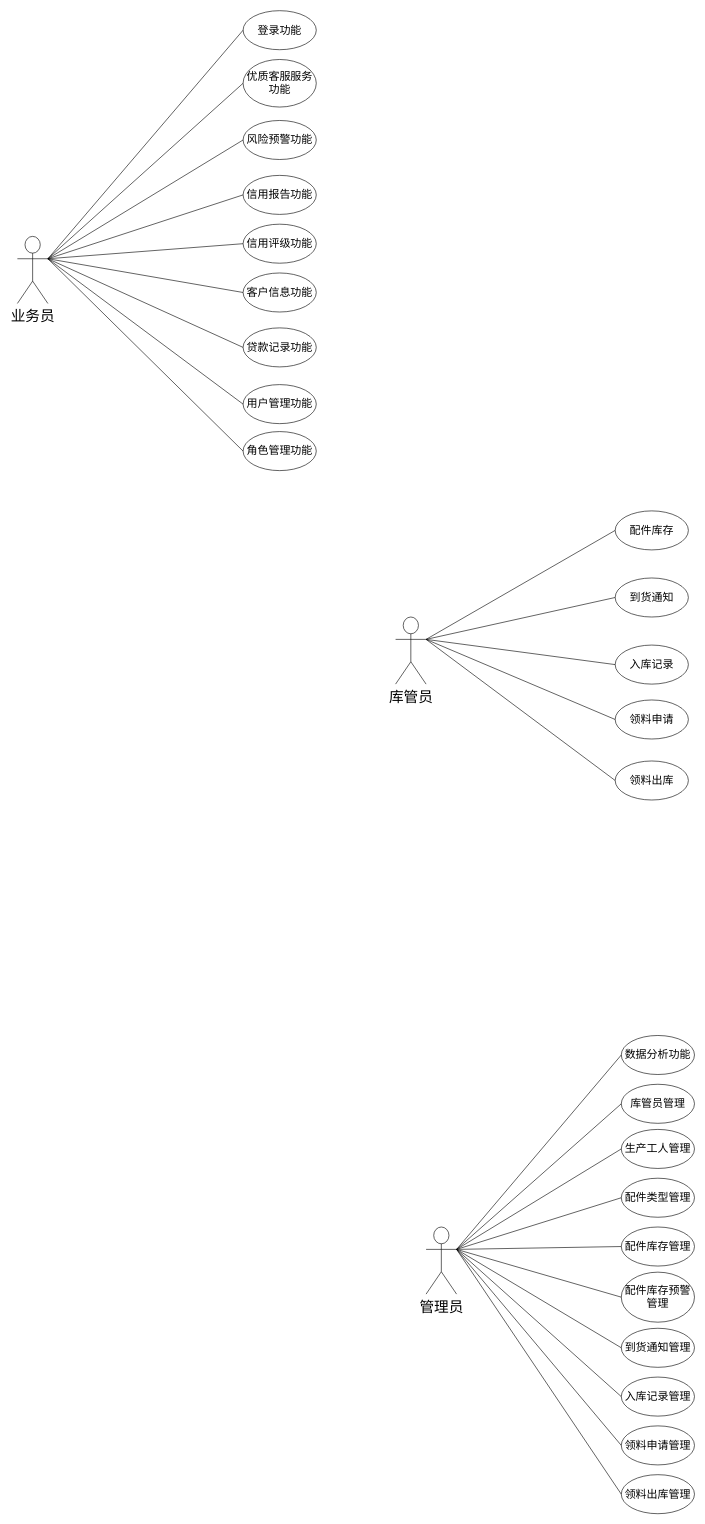
Before: 用例图.drawio in 000Ljx/Endorphins, a draw.io diagram. Source tidied: cells renumbered, new cells numbered last; positions are measured from the earlier drawing's top-left corner, leaving out a move shared by most shapes. Both pictures are drawn from the tidied source at 61%, with x=0, y=0 at pixel (17, 10).
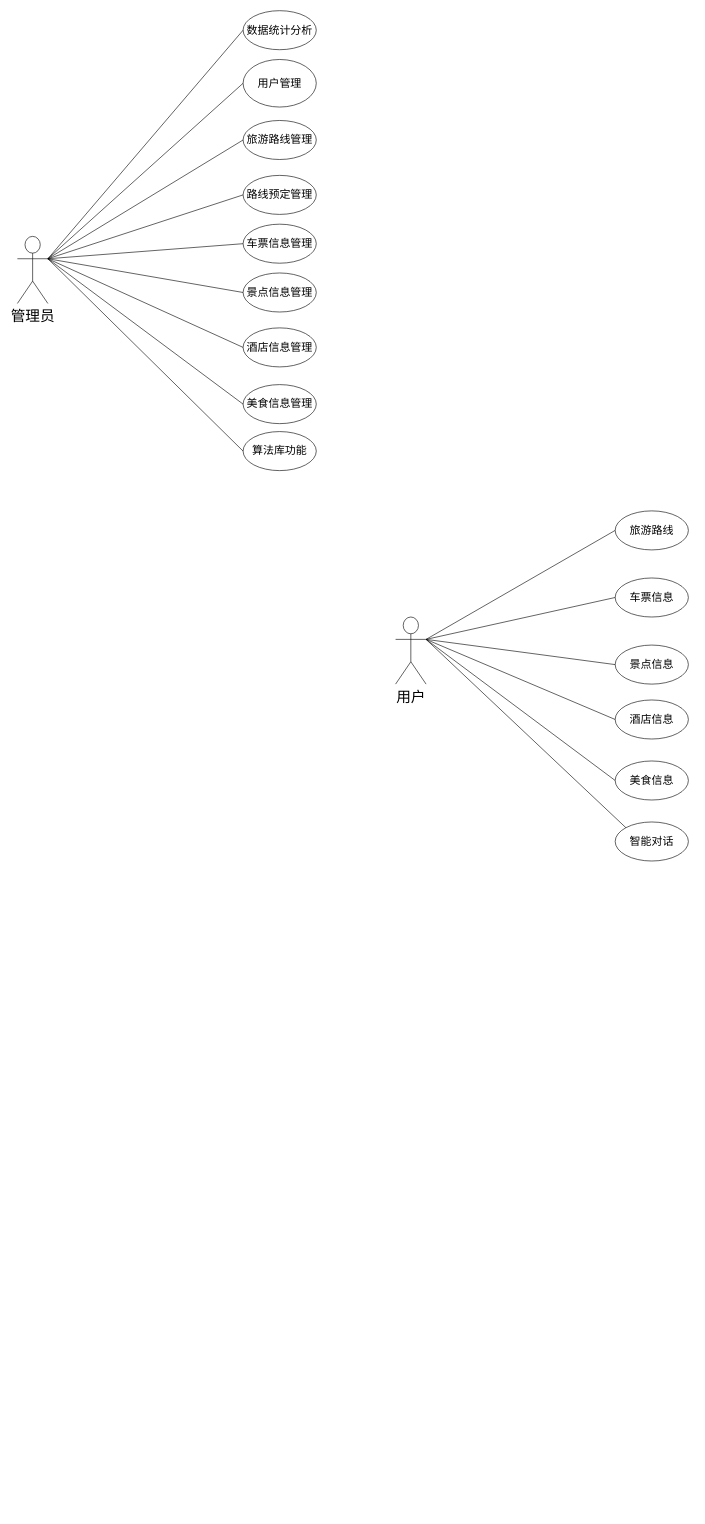
The same diagram, later.

Commit message:
更新用例图.drawio

Change to the diagram source:
```diff
@@
-    <mxCell id="2" value="&lt;font style=&quot;font-size: 24px;&quot;&gt;管理员&lt;/font&gt;" style="shape=umlActor;verticalLabelPosition=bottom;verticalAlign=top;html=1;outlineConnect=0;" parent="1" vertex="1">
-      <mxGeometry x="670" y="1994" width="50" height="110" as="geometry" />
-    </mxCell>
-    <mxCell id="3" value="&lt;font style=&quot;font-size: 18px;&quot;&gt;数据分析功能&lt;/font&gt;" style="ellipse;whiteSpace=wrap;html=1;" parent="1" vertex="1">
-      <mxGeometry x="990" y="1680" width="120" height="64" as="geometry" />
-    </mxCell>
-    <mxCell id="4" value="&lt;font style=&quot;font-size: 18px;&quot;&gt;库管员管理&lt;/font&gt;" style="ellipse;whiteSpace=wrap;html=1;" parent="1" vertex="1">
-      <mxGeometry x="990" y="1760" width="120" height="64" as="geometry" />
-    </mxCell>
-    <mxCell id="5" value="&lt;font style=&quot;font-size: 18px;&quot;&gt;生产工人管理&lt;/font&gt;" style="ellipse;whiteSpace=wrap;html=1;" parent="1" vertex="1">
-      <mxGeometry x="990" y="1834" width="120" height="64" as="geometry" />
-    </mxCell>
-    <mxCell id="6" value="&lt;font style=&quot;font-size: 18px;&quot;&gt;配件类型管理&lt;/font&gt;" style="ellipse;whiteSpace=wrap;html=1;" parent="1" vertex="1">
-      <mxGeometry x="990" y="1914" width="120" height="64" as="geometry" />
-    </mxCell>
-    <mxCell id="7" value="&lt;font style=&quot;font-size: 18px;&quot;&gt;配件库存管理&lt;/font&gt;" style="ellipse;whiteSpace=wrap;html=1;" parent="1" vertex="1">
-      <mxGeometry x="990" y="1994" width="120" height="64" as="geometry" />
-    </mxCell>
-    <mxCell id="8" value="&lt;font style=&quot;font-size: 18px;&quot;&gt;配件库存预警管理&lt;/font&gt;" style="ellipse;whiteSpace=wrap;html=1;" parent="1" vertex="1">
-      <mxGeometry x="990" y="2068" width="120" height="82" as="geometry" />
-    </mxCell>
-    <mxCell id="9" value="&lt;font style=&quot;font-size: 18px;&quot;&gt;到货通知管理&lt;/font&gt;" style="ellipse;whiteSpace=wrap;html=1;" parent="1" vertex="1">
-      <mxGeometry x="990" y="2160" width="120" height="64" as="geometry" />
-    </mxCell>
-    <mxCell id="10" value="&lt;font style=&quot;font-size: 18px;&quot;&gt;入库记录管理&lt;/font&gt;" style="ellipse;whiteSpace=wrap;html=1;" parent="1" vertex="1">
-      <mxGeometry x="990" y="2240" width="120" height="64" as="geometry" />
-    </mxCell>
-    <mxCell id="11" value="&lt;font style=&quot;font-size: 18px;&quot;&gt;领料申请管理&lt;/font&gt;" style="ellipse;whiteSpace=wrap;html=1;" parent="1" vertex="1">
-      <mxGeometry x="990" y="2320" width="120" height="64" as="geometry" />
-    </mxCell>
-    <mxCell id="12" value="&lt;font style=&quot;font-size: 18px;&quot;&gt;领料出库管理&lt;/font&gt;" style="ellipse;whiteSpace=wrap;html=1;" parent="1" vertex="1">
-      <mxGeometry x="990" y="2400" width="120" height="64" as="geometry" />
-    </mxCell>
-    <mxCell id="13" style="endArrow=none;html=1;rounded=0;exitX=1;exitY=0.3333333333333333;exitDx=0;exitDy=0;exitPerimeter=0;entryX=0;entryY=0.5;entryDx=0;entryDy=0;" parent="1" edge="1" source="2" target="3">
-      <mxGeometry relative="1" as="geometry" />
-    </mxCell>
-    <mxCell id="14" style="endArrow=none;html=1;rounded=0;exitX=1;exitY=0.3333333333333333;exitDx=0;exitDy=0;exitPerimeter=0;entryX=0;entryY=0.5;entryDx=0;entryDy=0;" parent="1" edge="1" source="2" target="4">
-      <mxGeometry relative="1" as="geometry" />
-    </mxCell>
-    <mxCell id="15" style="endArrow=none;html=1;rounded=0;exitX=1;exitY=0.3333333333333333;exitDx=0;exitDy=0;exitPerimeter=0;entryX=0;entryY=0.5;entryDx=0;entryDy=0;" parent="1" edge="1" source="2" target="5">
-      <mxGeometry relative="1" as="geometry" />
-    </mxCell>
-    <mxCell id="16" style="endArrow=none;html=1;rounded=0;exitX=1;exitY=0.3333333333333333;exitDx=0;exitDy=0;exitPerimeter=0;entryX=0;entryY=0.5;entryDx=0;entryDy=0;" parent="1" edge="1" source="2" target="6">
-      <mxGeometry relative="1" as="geometry" />
-    </mxCell>
-    <mxCell id="17" style="endArrow=none;html=1;rounded=0;exitX=1;exitY=0.3333333333333333;exitDx=0;exitDy=0;exitPerimeter=0;entryX=0;entryY=0.5;entryDx=0;entryDy=0;" parent="1" edge="1" source="2" target="7">
-      <mxGeometry relative="1" as="geometry" />
-    </mxCell>
-    <mxCell id="18" style="endArrow=none;html=1;rounded=0;exitX=1;exitY=0.3333333333333333;exitDx=0;exitDy=0;exitPerimeter=0;entryX=0;entryY=0.5;entryDx=0;entryDy=0;" parent="1" edge="1" source="2" target="8">
-      <mxGeometry relative="1" as="geometry" />
-    </mxCell>
-    <mxCell id="19" style="endArrow=none;html=1;rounded=0;exitX=1;exitY=0.3333333333333333;exitDx=0;exitDy=0;exitPerimeter=0;entryX=0;entryY=0.5;entryDx=0;entryDy=0;" parent="1" edge="1" source="2" target="9">
-      <mxGeometry relative="1" as="geometry" />
-    </mxCell>
-    <mxCell id="20" style="endArrow=none;html=1;rounded=0;entryX=0;entryY=0.5;entryDx=0;entryDy=0;exitX=1;exitY=0.3333333333333333;exitDx=0;exitDy=0;exitPerimeter=0;" parent="1" edge="1" source="2" target="10">
-      <mxGeometry relative="1" as="geometry" />
-    </mxCell>
-    <mxCell id="21" style="endArrow=none;html=1;rounded=0;entryX=0;entryY=0.5;entryDx=0;entryDy=0;exitX=1;exitY=0.3333333333333333;exitDx=0;exitDy=0;exitPerimeter=0;" parent="1" edge="1" source="2" target="11">
-      <mxGeometry relative="1" as="geometry" />
-    </mxCell>
-    <mxCell id="22" style="endArrow=none;html=1;rounded=0;entryX=0;entryY=0.5;entryDx=0;entryDy=0;exitX=1;exitY=0.3333333333333333;exitDx=0;exitDy=0;exitPerimeter=0;" parent="1" edge="1" source="2" target="12">
-      <mxGeometry relative="1" as="geometry" />
-    </mxCell>
-    <mxCell id="23" value="&lt;span style=&quot;font-size: 24px;&quot;&gt;库管员&lt;/span&gt;" style="shape=umlActor;verticalLabelPosition=bottom;verticalAlign=top;html=1;outlineConnect=0;" parent="1" vertex="1">
+    <mxCell id="23" value="&lt;span style=&quot;font-size: 24px;&quot;&gt;用户&lt;/span&gt;" style="shape=umlActor;verticalLabelPosition=bottom;verticalAlign=top;html=1;outlineConnect=0;" parent="1" vertex="1">
       <mxGeometry x="620" y="994" width="50" height="110" as="geometry" />
     </mxCell>
-    <mxCell id="24" value="&lt;font style=&quot;font-size: 18px;&quot;&gt;配件库存&lt;/font&gt;" style="ellipse;whiteSpace=wrap;html=1;" parent="1" vertex="1">
+    <mxCell id="24" value="&lt;font style=&quot;font-size: 18px;&quot;&gt;旅游路线&lt;/font&gt;" style="ellipse;whiteSpace=wrap;html=1;" parent="1" vertex="1">
       <mxGeometry x="980" y="820" width="120" height="64" as="geometry" />
     </mxCell>
-    <mxCell id="25" value="&lt;font style=&quot;font-size: 18px;&quot;&gt;到货通知&lt;/font&gt;" style="ellipse;whiteSpace=wrap;html=1;" parent="1" vertex="1">
+    <mxCell id="25" value="&lt;font style=&quot;font-size: 18px;&quot;&gt;车票信息&lt;/font&gt;" style="ellipse;whiteSpace=wrap;html=1;" parent="1" vertex="1">
       <mxGeometry x="980" y="930" width="120" height="64" as="geometry" />
     </mxCell>
-    <mxCell id="26" value="&lt;font style=&quot;font-size: 18px;&quot;&gt;入库记录&lt;/font&gt;" style="ellipse;whiteSpace=wrap;html=1;" parent="1" vertex="1">
+    <mxCell id="26" value="&lt;font style=&quot;font-size: 18px;&quot;&gt;景点信息&lt;/font&gt;" style="ellipse;whiteSpace=wrap;html=1;" parent="1" vertex="1">
       <mxGeometry x="980" y="1040" width="120" height="64" as="geometry" />
     </mxCell>
-    <mxCell id="27" value="&lt;font style=&quot;font-size: 18px;&quot;&gt;领料申请&lt;/font&gt;" style="ellipse;whiteSpace=wrap;html=1;" parent="1" vertex="1">
+    <mxCell id="27" value="&lt;font style=&quot;font-size: 18px;&quot;&gt;酒店信息&lt;/font&gt;" style="ellipse;whiteSpace=wrap;html=1;" parent="1" vertex="1">
       <mxGeometry x="980" y="1130" width="120" height="64" as="geometry" />
     </mxCell>
-    <mxCell id="28" value="&lt;font style=&quot;font-size: 18px;&quot;&gt;领料出库&lt;/font&gt;" style="ellipse;whiteSpace=wrap;html=1;" parent="1" vertex="1">
+    <mxCell id="28" value="&lt;font style=&quot;font-size: 18px;&quot;&gt;美食信息&lt;/font&gt;" style="ellipse;whiteSpace=wrap;html=1;" parent="1" vertex="1">
       <mxGeometry x="980" y="1230" width="120" height="64" as="geometry" />
     </mxCell>
@@
-    <mxCell id="34" value="&lt;span style=&quot;font-size: 24px;&quot;&gt;业务员&lt;/span&gt;" style="shape=umlActor;verticalLabelPosition=bottom;verticalAlign=top;html=1;outlineConnect=0;" parent="1" vertex="1">
+    <mxCell id="34" value="&lt;span style=&quot;font-size: 24px;&quot;&gt;管理员&lt;/span&gt;" style="shape=umlActor;verticalLabelPosition=bottom;verticalAlign=top;html=1;outlineConnect=0;" parent="1" vertex="1">
       <mxGeometry y="370" width="50" height="110" as="geometry" />
     </mxCell>
-    <mxCell id="35" value="&lt;font style=&quot;font-size: 18px;&quot;&gt;登录功能&lt;/font&gt;" style="ellipse;whiteSpace=wrap;html=1;" parent="1" vertex="1">
+    <mxCell id="35" value="&lt;font style=&quot;font-size: 18px;&quot;&gt;数据统计分析&lt;/font&gt;" style="ellipse;whiteSpace=wrap;html=1;" parent="1" vertex="1">
       <mxGeometry x="370" width="120" height="64" as="geometry" />
     </mxCell>
-    <mxCell id="36" value="&lt;span style=&quot;font-size: 18px;&quot;&gt;优质客服服务功能&lt;/span&gt;" style="ellipse;whiteSpace=wrap;html=1;" parent="1" vertex="1">
+    <mxCell id="36" value="&lt;span style=&quot;font-size: 18px;&quot;&gt;用户管理&lt;/span&gt;" style="ellipse;whiteSpace=wrap;html=1;" parent="1" vertex="1">
       <mxGeometry x="370" y="80" width="120" height="78" as="geometry" />
     </mxCell>
-    <mxCell id="37" value="&lt;span style=&quot;font-size: 18px;&quot;&gt;风险预警功能&lt;/span&gt;" style="ellipse;whiteSpace=wrap;html=1;" parent="1" vertex="1">
+    <mxCell id="37" value="&lt;span style=&quot;font-size: 18px;&quot;&gt;旅游路线管理&lt;/span&gt;" style="ellipse;whiteSpace=wrap;html=1;" parent="1" vertex="1">
       <mxGeometry x="370" y="180" width="120" height="64" as="geometry" />
     </mxCell>
-    <mxCell id="38" value="&lt;font style=&quot;font-size: 18px;&quot;&gt;信用报告功能&lt;/font&gt;" style="ellipse;whiteSpace=wrap;html=1;" parent="1" vertex="1">
+    <mxCell id="38" value="&lt;span style=&quot;font-size: 18px;&quot;&gt;路线预定管理&lt;/span&gt;" style="ellipse;whiteSpace=wrap;html=1;" parent="1" vertex="1">
       <mxGeometry x="370" y="270" width="120" height="64" as="geometry" />
     </mxCell>
-    <mxCell id="39" value="&lt;font style=&quot;font-size: 18px;&quot;&gt;信用评级功能&lt;/font&gt;" style="ellipse;whiteSpace=wrap;html=1;" parent="1" vertex="1">
+    <mxCell id="39" value="&lt;font style=&quot;font-size: 18px;&quot;&gt;车票信息管理&lt;/font&gt;" style="ellipse;whiteSpace=wrap;html=1;" parent="1" vertex="1">
       <mxGeometry x="370" y="350" width="120" height="64" as="geometry" />
     </mxCell>
@@
-    <mxCell id="45" value="&lt;font style=&quot;font-size: 18px;&quot;&gt;客户信息功能&lt;/font&gt;" style="ellipse;whiteSpace=wrap;html=1;" parent="1" vertex="1">
+    <mxCell id="45" value="&lt;font style=&quot;font-size: 18px;&quot;&gt;景点信息管理&lt;/font&gt;" style="ellipse;whiteSpace=wrap;html=1;" parent="1" vertex="1">
       <mxGeometry x="370" y="430" width="120" height="64" as="geometry" />
     </mxCell>
-    <mxCell id="46" value="&lt;font style=&quot;font-size: 18px;&quot;&gt;贷款记录功能&lt;/font&gt;" style="ellipse;whiteSpace=wrap;html=1;" parent="1" vertex="1">
+    <mxCell id="46" value="&lt;font style=&quot;font-size: 18px;&quot;&gt;酒店信息管理&lt;/font&gt;" style="ellipse;whiteSpace=wrap;html=1;" parent="1" vertex="1">
       <mxGeometry x="370" y="520" width="120" height="64" as="geometry" />
     </mxCell>
-    <mxCell id="47" value="&lt;font style=&quot;font-size: 18px;&quot;&gt;用户管理功能&lt;/font&gt;" style="ellipse;whiteSpace=wrap;html=1;" parent="1" vertex="1">
+    <mxCell id="47" value="&lt;font style=&quot;font-size: 18px;&quot;&gt;美食信息管理&lt;/font&gt;" style="ellipse;whiteSpace=wrap;html=1;" parent="1" vertex="1">
       <mxGeometry x="370" y="613" width="120" height="64" as="geometry" />
     </mxCell>
-    <mxCell id="48" value="&lt;font style=&quot;font-size: 18px;&quot;&gt;角色管理功能&lt;/font&gt;" style="ellipse;whiteSpace=wrap;html=1;" parent="1" vertex="1">
+    <mxCell id="48" value="&lt;span style=&quot;font-size: 18px;&quot;&gt;算法库功能&lt;/span&gt;" style="ellipse;whiteSpace=wrap;html=1;" parent="1" vertex="1">
       <mxGeometry x="370" y="690" width="120" height="64" as="geometry" />
     </mxCell>
@@
+    <mxCell id="53" value="&lt;font style=&quot;font-size: 18px;&quot;&gt;智能对话&lt;/font&gt;" style="ellipse;whiteSpace=wrap;html=1;" parent="1" vertex="1">
+      <mxGeometry x="980" y="1330" width="120" height="64" as="geometry" />
+    </mxCell>
+    <mxCell id="54" style="endArrow=none;html=1;rounded=0;entryX=0;entryY=0;entryDx=0;entryDy=0;exitX=1;exitY=0.3333333333333333;exitDx=0;exitDy=0;exitPerimeter=0;" parent="1" edge="1" source="23" target="53">
+      <mxGeometry relative="1" as="geometry" />
+    </mxCell>
```
